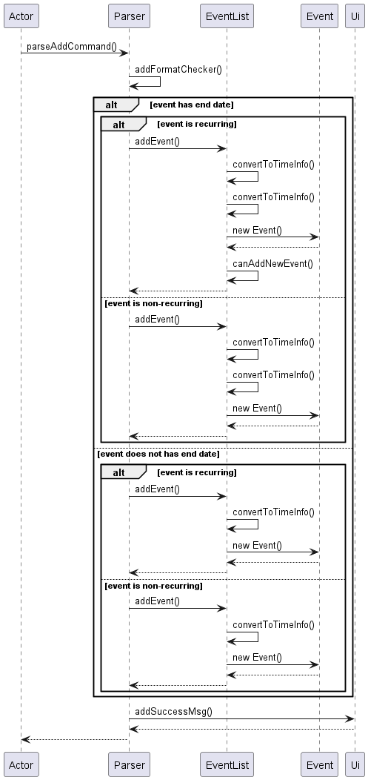
Before: docs/UML/Images/addEvent.png, a diagram exported from PlantUML (nus-cs2113-AY2223S2/tp). Its source is kept beside it as docs/UML/addEvent.puml.
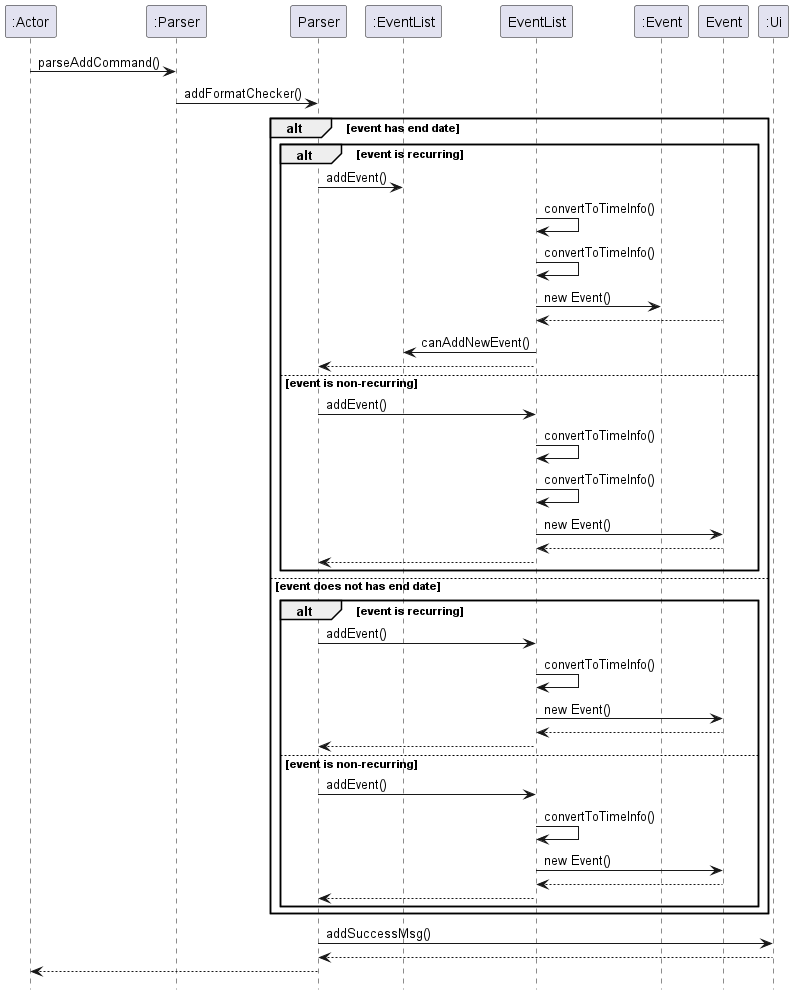
The same diagram one commit later.

Change to the diagram source:
```diff
@@ -1,18 +1,18 @@
 @startuml
-Actor -> Parser : parseAddCommand()
-Parser -> Parser : addFormatChecker()
+":Actor" -> ":Parser" : parseAddCommand()
+":Parser" -> Parser : addFormatChecker()
 alt event has end date
     alt event is recurring
-        Parser -> EventList : addEvent()
+        Parser -> ":EventList" : addEvent()
         EventList -> EventList : convertToTimeInfo()
         EventList -> EventList : convertToTimeInfo()
-        EventList -> Event : new Event()
+        EventList -> ":Event" : new Event()
         Event  --> EventList
-        EventList -> EventList : canAddNewEvent()
+        EventList -> ":EventList" : canAddNewEvent()
         EventList --> Parser
     else event is non-recurring
         Parser -> EventList : addEvent()
-EventList -> EventList : convertToTimeInfo()
+        EventList -> EventList : convertToTimeInfo()
         EventList -> EventList : convertToTimeInfo()
         EventList -> Event : new Event()
         Event  --> EventList
@@ -33,7 +33,8 @@
             EventList  --> Parser
         end
 end
-Parser -> Ui : addSuccessMsg()
-Ui --> Parser
-Parser --> Actor
+Parser -> ":Ui" : addSuccessMsg()
+":Ui" --> Parser
+Parser --> ":Actor"
+hide footbox
 @enduml
```
